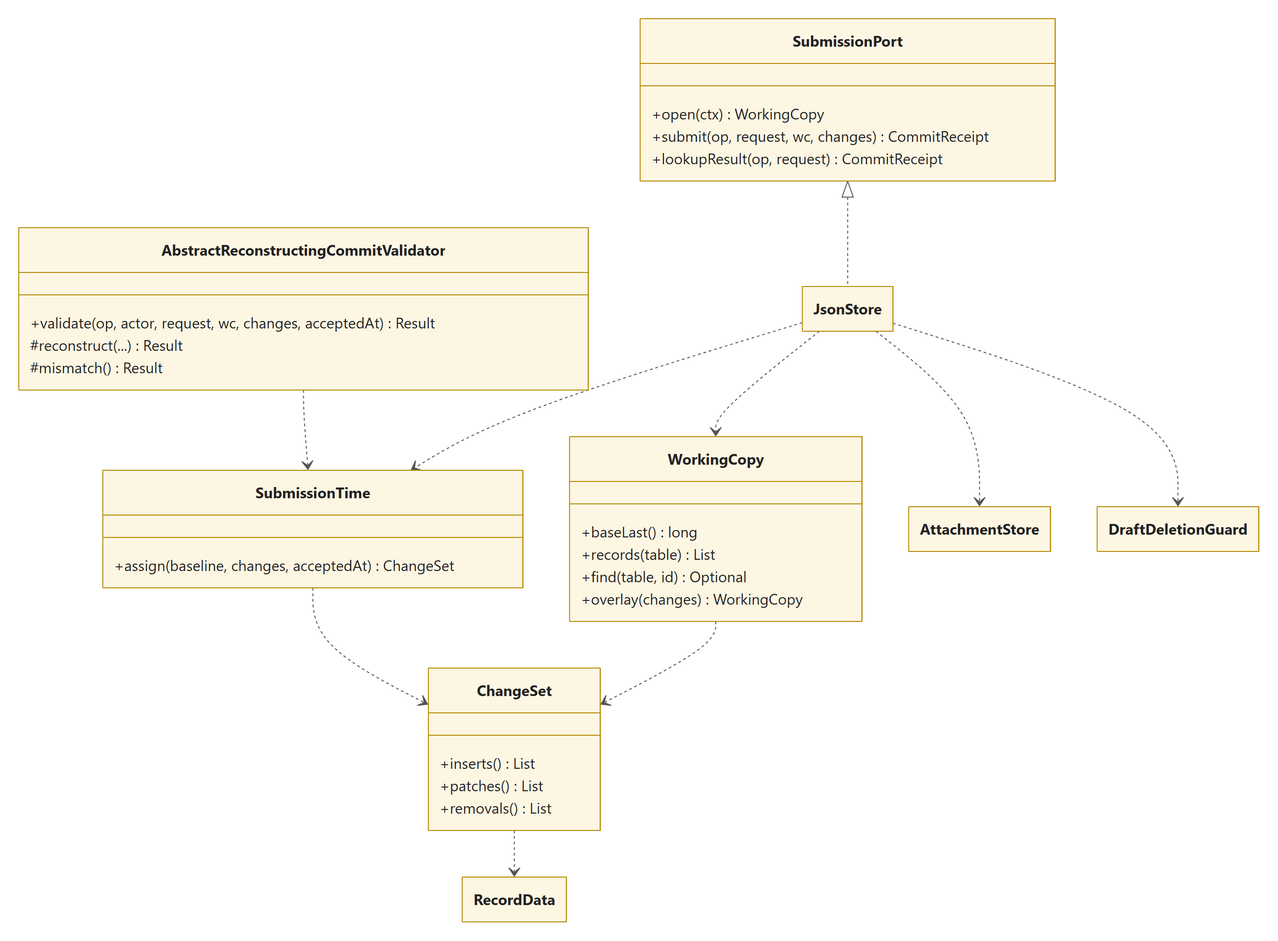
Before: docs/design/report/07_shared_persistence.png, a diagram exported from Mermaid (Noctis-SiKong/supermarket-management). Its source is kept beside it as docs/design/report/07_shared_persistence.mmd. Its diagram source:
```mermaid
classDiagram
direction TB

class SubmissionPort {
    +open(ctx) WorkingCopy
    +submit(op, request, wc, changes) CommitReceipt
    +lookupResult(op, request) CommitReceipt
}
class AbstractReconstructingCommitValidator {
    +validate(op, actor, request, wc, changes, acceptedAt) Result
    #reconstruct(...) Result
    #mismatch() Result
}
class JsonStore
class WorkingCopy {
    +baseLast() long
    +records(table) List
    +find(table, id) Optional
    +overlay(changes) WorkingCopy
}
class ChangeSet {
    +inserts() List
    +patches() List
    +removals() List
}
class RecordData
class SubmissionTime {
    +assign(baseline, changes, acceptedAt) ChangeSet
}
class AttachmentStore
class DraftDeletionGuard

SubmissionPort <|.. JsonStore
JsonStore ..> WorkingCopy
WorkingCopy ..> ChangeSet
ChangeSet ..> RecordData
JsonStore ..> SubmissionTime
SubmissionTime ..> ChangeSet
AbstractReconstructingCommitValidator ..> SubmissionTime
JsonStore ..> AttachmentStore
JsonStore ..> DraftDeletionGuard
```
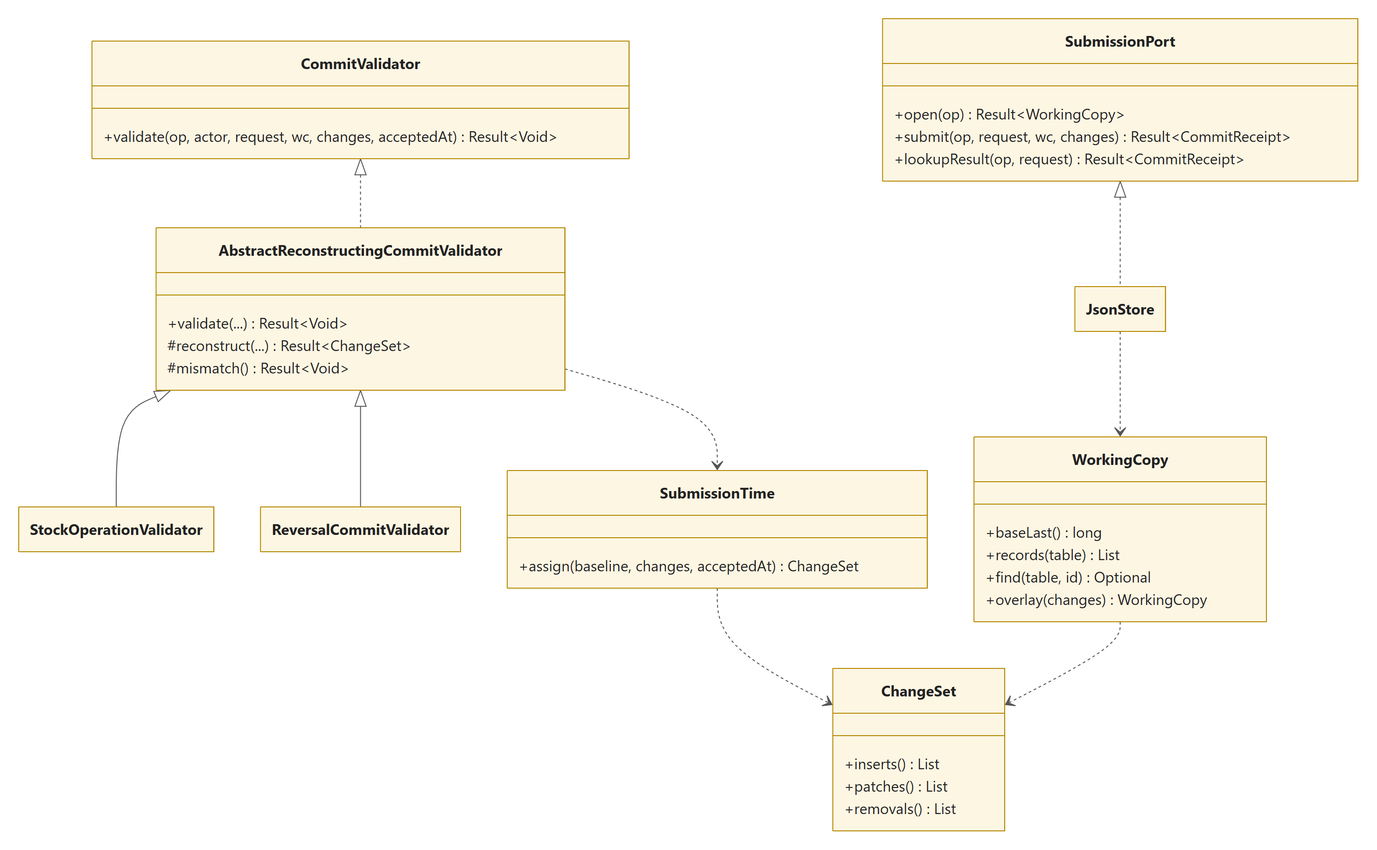
The same diagram one commit later.

Change to the diagram source:
```diff
@@ -2,15 +2,20 @@
 direction TB
 
 class SubmissionPort {
-    +open(ctx) WorkingCopy
-    +submit(op, request, wc, changes) CommitReceipt
-    +lookupResult(op, request) CommitReceipt
+    +open(op) Result~WorkingCopy~
+    +submit(op, request, wc, changes) Result~CommitReceipt~
+    +lookupResult(op, request) Result~CommitReceipt~
+}
+class CommitValidator {
+    +validate(op, actor, request, wc, changes, acceptedAt) Result~Void~
 }
 class AbstractReconstructingCommitValidator {
-    +validate(op, actor, request, wc, changes, acceptedAt) Result
-    #reconstruct(...) Result
-    #mismatch() Result
+    +validate(...) Result~Void~
+    #reconstruct(...) Result~ChangeSet~
+    #mismatch() Result~Void~
 }
+class StockOperationValidator
+class ReversalCommitValidator
 class JsonStore
 class WorkingCopy {
     +baseLast() long
@@ -23,19 +28,15 @@
     +patches() List
     +removals() List
 }
-class RecordData
 class SubmissionTime {
     +assign(baseline, changes, acceptedAt) ChangeSet
 }
-class AttachmentStore
-class DraftDeletionGuard
 
 SubmissionPort <|.. JsonStore
+CommitValidator <|.. AbstractReconstructingCommitValidator
+AbstractReconstructingCommitValidator <|-- StockOperationValidator
+AbstractReconstructingCommitValidator <|-- ReversalCommitValidator
+AbstractReconstructingCommitValidator ..> SubmissionTime
 JsonStore ..> WorkingCopy
 WorkingCopy ..> ChangeSet
-ChangeSet ..> RecordData
-JsonStore ..> SubmissionTime
 SubmissionTime ..> ChangeSet
-AbstractReconstructingCommitValidator ..> SubmissionTime
-JsonStore ..> AttachmentStore
-JsonStore ..> DraftDeletionGuard
```
